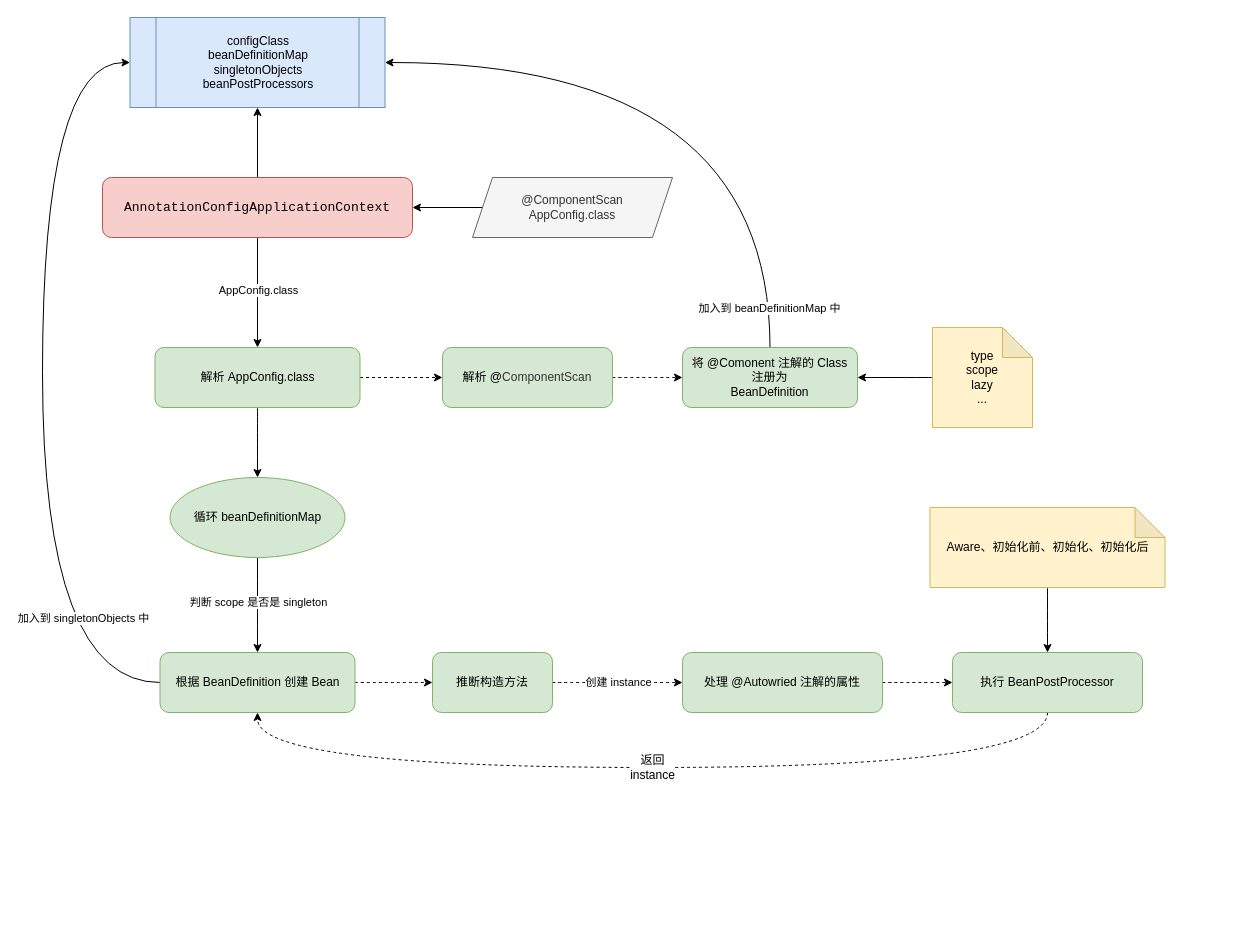
Above: spring/spring-framework/spring-framework-simple.drawio in thebesteric/draw.io (draw.io), before the change. Source tidied: cells renumbered, new cells numbered last; positions are measured from the earlier drawing's top-left corner, leaving out a move shared by most shapes. Both pictures are drawn from the tidied source at 100%, with x=0, y=0 at pixel (42, 17).
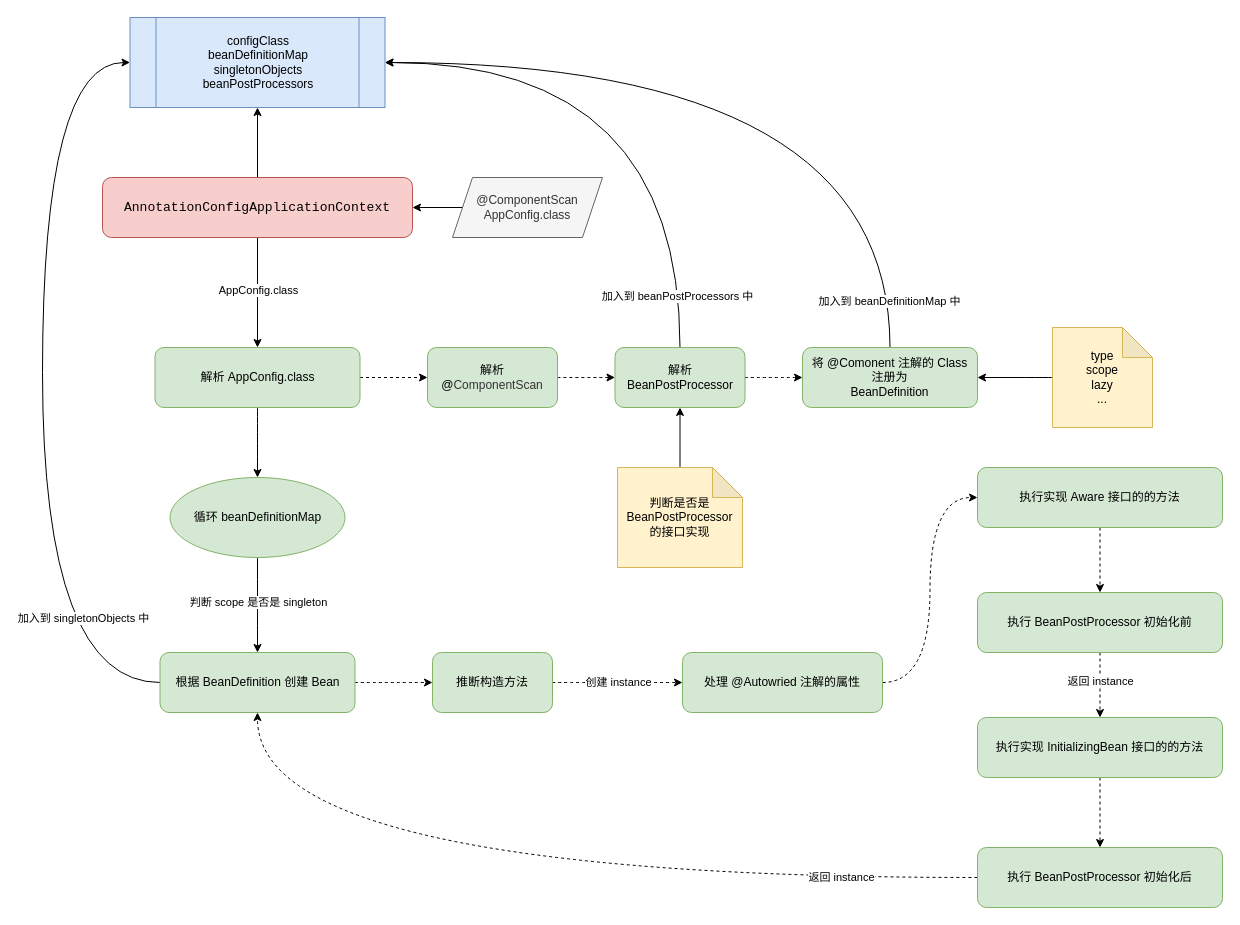
After the change.

The change refers to these unchanged cells:
```xml
<mxCell id="13" value="configClass&lt;div&gt;beanDefinitionMap&lt;/div&gt;&lt;div&gt;singletonObjects&lt;br&gt;&lt;/div&gt;&lt;div&gt;beanPostProcessors&lt;/div&gt;" style="shape=process;whiteSpace=wrap;html=1;backgroundOutline=1;fillColor=#dae8fc;strokeColor=#6c8ebf;" parent="1" vertex="1">
  <mxGeometry x="87.5" width="255" height="90" as="geometry" />
</mxCell>
<mxCell id="25" value="根据 BeanDefinition 创建 Bean" style="whiteSpace=wrap;html=1;fillColor=#d5e8d4;strokeColor=#82b366;rounded=1;" parent="1" vertex="1">
  <mxGeometry x="117.5" y="635" width="195" height="60" as="geometry" />
</mxCell>
<mxCell id="30" value="处理 @Autowried 注解的属性" style="whiteSpace=wrap;html=1;fillColor=#d5e8d4;strokeColor=#82b366;rounded=1;" parent="1" vertex="1">
  <mxGeometry x="640" y="635" width="200" height="60" as="geometry" />
</mxCell>
```

The edit, as a diff of the source:
```diff
@@
     <mxCell id="10" value="&lt;div&gt;@ComponentScan&lt;/div&gt;AppConfig.class" style="shape=parallelogram;perimeter=parallelogramPerimeter;whiteSpace=wrap;html=1;fixedSize=1;fillColor=#f5f5f5;strokeColor=#666666;fontColor=#333333;" parent="1" vertex="1">
-      <mxGeometry x="430" y="160" width="200" height="60" as="geometry" />
+      <mxGeometry x="410" y="160" width="150" height="60" as="geometry" />
     </mxCell>
-    <mxCell id="11" style="edgeStyle=orthogonalEdgeStyle;curved=1;rounded=0;jettySize=auto;html=1;dashed=1;" parent="1" edge="1" source="12" target="16">
+    <mxCell id="11" style="edgeStyle=orthogonalEdgeStyle;curved=1;rounded=0;jettySize=auto;html=1;dashed=1;entryX=0;entryY=0.5;entryDx=0;entryDy=0;" parent="1" edge="1" source="12" target="41">
       <mxGeometry relative="1" as="geometry" />
     </mxCell>
-    <mxCell id="12" value="解析 @&lt;span style=&quot;caret-color: rgb(51, 51, 51); color: rgb(51, 51, 51);&quot;&gt;ComponentScan&lt;/span&gt;" style="whiteSpace=wrap;html=1;fillColor=#d5e8d4;strokeColor=#82b366;rounded=1;" parent="1" vertex="1">
-      <mxGeometry x="400" y="330" width="170" height="60" as="geometry" />
+    <mxCell id="12" value="解析&lt;div&gt;@&lt;span style=&quot;caret-color: rgb(51, 51, 51); color: rgb(51, 51, 51);&quot;&gt;ComponentScan&lt;/span&gt;&lt;/div&gt;" style="whiteSpace=wrap;html=1;fillColor=#d5e8d4;strokeColor=#82b366;rounded=1;" parent="1" vertex="1">
+      <mxGeometry x="385" y="330" width="130" height="60" as="geometry" />
     </mxCell>
@@
     <mxCell id="16" value="将 @Comonent 注解的 Class&lt;div&gt;注册为&lt;/div&gt;&lt;div&gt;BeanDefinition&lt;/div&gt;" style="whiteSpace=wrap;html=1;fillColor=#d5e8d4;strokeColor=#82b366;rounded=1;" parent="1" vertex="1">
-      <mxGeometry x="640" y="330" width="175" height="60" as="geometry" />
+      <mxGeometry x="760" y="330" width="175" height="60" as="geometry" />
     </mxCell>
@@
     <mxCell id="18" value="type&lt;div&gt;scope&lt;/div&gt;&lt;div&gt;lazy&lt;/div&gt;&lt;div&gt;...&lt;/div&gt;" style="shape=note;whiteSpace=wrap;html=1;backgroundOutline=1;darkOpacity=0.05;fillColor=#fff2cc;strokeColor=#d6b656;" parent="1" vertex="1">
-      <mxGeometry x="890" y="310" width="100" height="100" as="geometry" />
+      <mxGeometry x="1010" y="310" width="100" height="100" as="geometry" />
     </mxCell>
@@
-    <mxCell id="29" style="edgeStyle=orthogonalEdgeStyle;curved=1;rounded=0;jettySize=auto;html=1;dashed=1;" parent="1" edge="1" source="30" target="32">
-      <mxGeometry relative="1" as="geometry" />
-    </mxCell>
+    <mxCell id="35" style="edgeStyle=orthogonalEdgeStyle;rounded=0;jettySize=auto;html=1;exitX=1;exitY=0.5;exitDx=0;exitDy=0;entryX=0;entryY=0.5;entryDx=0;entryDy=0;curved=1;dashed=1;" parent="1" edge="1" source="30" target="47">
+      <mxGeometry relative="1" as="geometry" />
+    </mxCell>
@@
-    <mxCell id="31" value="&lt;span style=&quot;font-size: 12px; white-space: normal; background-color: rgb(251, 251, 251);&quot;&gt;返回 instance&lt;/span&gt;" style="edgeStyle=orthogonalEdgeStyle;curved=1;rounded=0;jettySize=auto;html=1;exitX=0.5;exitY=1;exitDx=0;exitDy=0;entryX=0.5;entryY=1;entryDx=0;entryDy=0;dashed=1;" parent="1" edge="1" source="32" target="25">
-      <mxGeometry relative="1" as="geometry">
-        <Array as="points">
-          <mxPoint x="1005" y="750" />
-          <mxPoint x="215" y="750" />
-        </Array>
-      </mxGeometry>
-    </mxCell>
+    <mxCell id="36" style="edgeStyle=orthogonalEdgeStyle;rounded=0;jettySize=auto;html=1;dashed=1;" parent="1" edge="1" source="32" target="45">
+      <mxGeometry relative="1" as="geometry">
+        <Array as="points">
+          <mxPoint x="1058" y="650" />
+          <mxPoint x="1058" y="650" />
+        </Array>
+      </mxGeometry>
+    </mxCell>
+    <mxCell id="37" value="返回 instance" style="edgeLabel;html=1;align=center;verticalAlign=middle;" parent="36" vertex="1">
+      <mxGeometry x="-0.14" relative="1" as="geometry" />
+    </mxCell>
-    <mxCell id="32" value="执行 BeanPostProcessor" style="whiteSpace=wrap;html=1;fillColor=#d5e8d4;strokeColor=#82b366;rounded=1;" parent="1" vertex="1">
-      <mxGeometry x="910" y="635" width="190" height="60" as="geometry" />
+    <mxCell id="32" value="执行 BeanPostProcessor 初始化前" style="whiteSpace=wrap;html=1;fillColor=#d5e8d4;strokeColor=#82b366;rounded=1;" parent="1" vertex="1">
+      <mxGeometry x="935" y="575" width="245" height="60" as="geometry" />
     </mxCell>
-    <mxCell id="33" style="edgeStyle=orthogonalEdgeStyle;curved=1;rounded=0;jettySize=auto;html=1;" parent="1" edge="1" source="34" target="32">
-      <mxGeometry relative="1" as="geometry" />
-    </mxCell>
-    <mxCell id="34" value="Aware、初始化前、初始化、初始化后" style="shape=note;whiteSpace=wrap;html=1;backgroundOutline=1;darkOpacity=0.05;fillColor=#fff2cc;strokeColor=#d6b656;" parent="1" vertex="1">
-      <mxGeometry x="887.5" y="490" width="235" height="80" as="geometry" />
-    </mxCell>
+    <mxCell id="38" style="edgeStyle=orthogonalEdgeStyle;curved=1;rounded=0;jettySize=auto;html=1;entryX=0;entryY=0.5;entryDx=0;entryDy=0;dashed=1;" parent="1" edge="1" source="41" target="16">
+      <mxGeometry relative="1" as="geometry">
+        <Array as="points">
+          <mxPoint x="720" y="360" />
+          <mxPoint x="720" y="360" />
+        </Array>
+      </mxGeometry>
+    </mxCell>
+    <mxCell id="39" style="edgeStyle=orthogonalEdgeStyle;curved=1;rounded=0;jettySize=auto;html=1;exitX=0.5;exitY=0;exitDx=0;exitDy=0;entryX=1;entryY=0.5;entryDx=0;entryDy=0;" parent="1" edge="1" source="41" target="13">
+      <mxGeometry relative="1" as="geometry" />
+    </mxCell>
+    <mxCell id="40" value="加入到 beanPostProcessors 中" style="edgeLabel;html=1;align=center;verticalAlign=middle;" parent="39" vertex="1">
+      <mxGeometry x="-0.82" y="3" relative="1" as="geometry" />
+    </mxCell>
+    <mxCell id="41" value="解析&lt;div&gt;BeanPostProcessor&lt;/div&gt;" style="whiteSpace=wrap;html=1;fillColor=#d5e8d4;strokeColor=#82b366;rounded=1;" parent="1" vertex="1">
+      <mxGeometry x="572.5" y="330" width="130" height="60" as="geometry" />
+    </mxCell>
+    <mxCell id="42" style="edgeStyle=orthogonalEdgeStyle;curved=1;rounded=0;jettySize=auto;html=1;exitX=0.5;exitY=0;exitDx=0;exitDy=0;exitPerimeter=0;" parent="1" edge="1" source="43" target="41">
+      <mxGeometry relative="1" as="geometry" />
+    </mxCell>
+    <mxCell id="43" value="判断是否是 BeanPostProcessor&lt;div&gt;的接口实现&lt;/div&gt;" style="shape=note;whiteSpace=wrap;html=1;backgroundOutline=1;darkOpacity=0.05;fillColor=#fff2cc;strokeColor=#d6b656;" parent="1" vertex="1">
+      <mxGeometry x="575" y="450" width="125" height="100" as="geometry" />
+    </mxCell>
+    <mxCell id="44" style="edgeStyle=orthogonalEdgeStyle;rounded=0;jettySize=auto;html=1;exitX=0.5;exitY=1;exitDx=0;exitDy=0;dashed=1;" parent="1" edge="1" source="45" target="50">
+      <mxGeometry relative="1" as="geometry">
+        <Array as="points">
+          <mxPoint x="1058" y="790" />
+          <mxPoint x="1058" y="790" />
+        </Array>
+      </mxGeometry>
+    </mxCell>
+    <mxCell id="45" value="执行实现 InitializingBean 接口的的方法" style="whiteSpace=wrap;html=1;fillColor=#d5e8d4;strokeColor=#82b366;rounded=1;" parent="1" vertex="1">
+      <mxGeometry x="935" y="700" width="245" height="60" as="geometry" />
+    </mxCell>
+    <mxCell id="46" style="edgeStyle=orthogonalEdgeStyle;rounded=0;jettySize=auto;html=1;exitX=0.5;exitY=1;exitDx=0;exitDy=0;dashed=1;" parent="1" edge="1" source="47" target="32">
+      <mxGeometry relative="1" as="geometry" />
+    </mxCell>
+    <mxCell id="47" value="执行实现 Aware 接口的的方法" style="whiteSpace=wrap;html=1;fillColor=#d5e8d4;strokeColor=#82b366;rounded=1;" parent="1" vertex="1">
+      <mxGeometry x="935" y="450" width="245" height="60" as="geometry" />
+    </mxCell>
+    <mxCell id="48" style="edgeStyle=orthogonalEdgeStyle;rounded=0;jettySize=auto;html=1;exitX=0;exitY=0.5;exitDx=0;exitDy=0;curved=1;dashed=1;" parent="1" edge="1" source="50" target="25">
+      <mxGeometry relative="1" as="geometry" />
+    </mxCell>
+    <mxCell id="49" value="返回 instance" style="edgeLabel;html=1;align=center;verticalAlign=middle;" parent="48" vertex="1">
+      <mxGeometry x="-0.69" y="-1" relative="1" as="geometry" />
+    </mxCell>
+    <mxCell id="50" value="执行 BeanPostProcessor 初始化后" style="whiteSpace=wrap;html=1;fillColor=#d5e8d4;strokeColor=#82b366;rounded=1;" parent="1" vertex="1">
+      <mxGeometry x="935" y="830" width="245" height="60" as="geometry" />
+    </mxCell>
```
